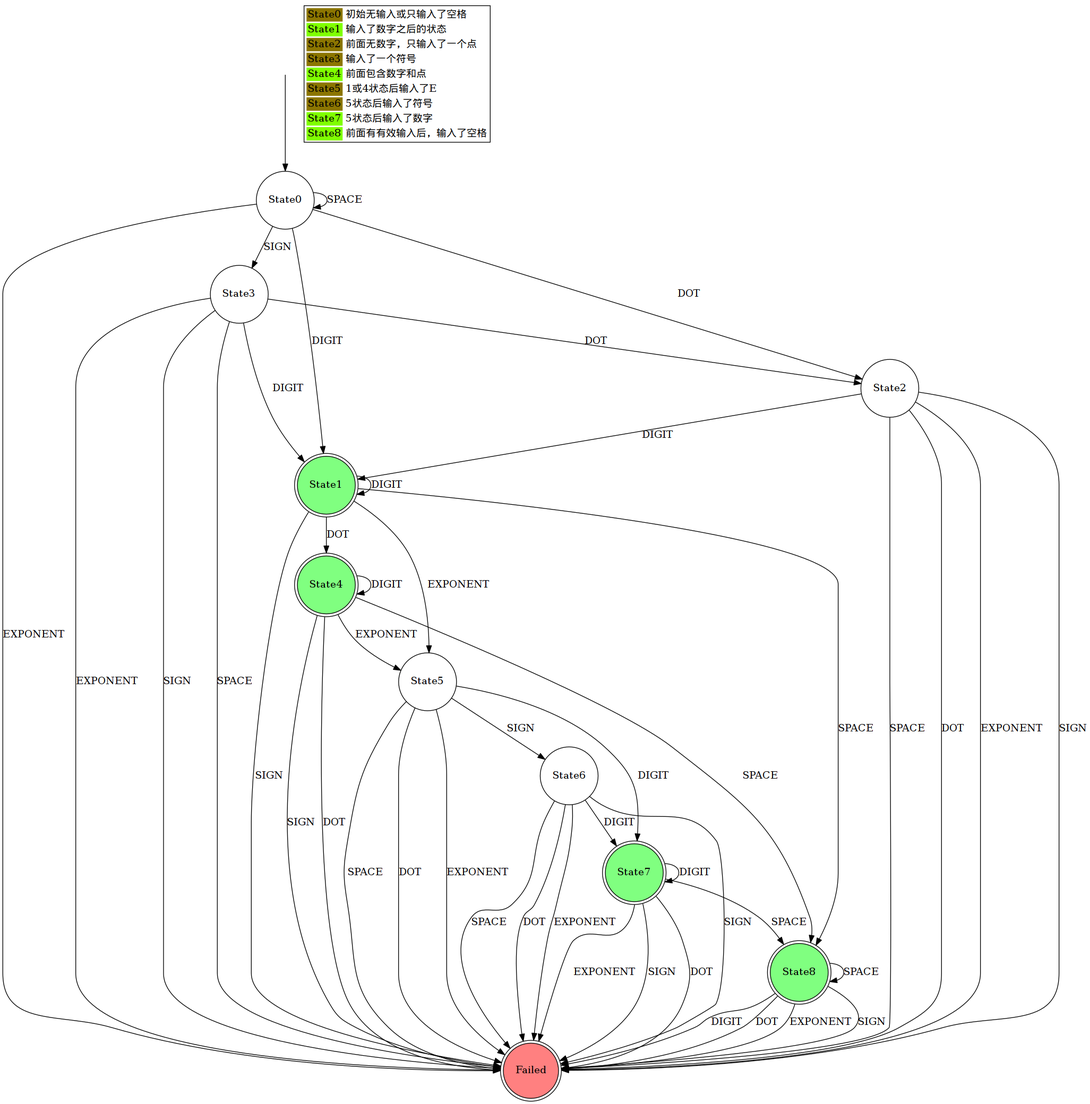
Above: l65/fsm.png in bwangelme/LeetCode-Go (Graphviz), before the change. Its source is kept beside it as l65/fsm.dot. The source it was exported from:
```dot
digraph fsm {
    START [label = "", fixedsize = "false", width = 0, height = 0, shape = none]
    START -> S0

    S0 -> S0 [label = "SPACE"]
    S0 -> S1 [label = "DIGIT"]
    S0 -> S2 [label = "DOT"]
    S0 -> SF [label = "EXPONENT"]
    S0 -> S3 [label = "SIGN"]

    S1 -> S8 [label = "SPACE"]
    S1 -> S1 [label = "DIGIT"]
    S1 -> S4 [label = "DOT"]
    S1 -> S5 [label = "EXPONENT"]
    S1 -> SF [label = "SIGN"]

    S2 -> SF [label = "SPACE"]
    S2 -> S1 [label = "DIGIT"]
    S2 -> SF [label = "DOT"]
    S2 -> SF [label = "EXPONENT"]
    S2 -> SF [label = "SIGN"]

    S3 -> SF [label = "SPACE"]
    S3 -> S1 [label = "DIGIT"]
    S3 -> S2 [label = "DOT"]
    S3 -> SF [label = "EXPONENT"]
    S3 -> SF [label = "SIGN"]

    S4 -> S8 [label = "SPACE"]
    S4 -> S4 [label = "DIGIT"]
    S4 -> SF [label = "DOT"]
    S4 -> S5 [label = "EXPONENT"]
    S4 -> SF [label = "SIGN"]

    S5 -> SF [label = "SPACE"]
    S5 -> S7 [label = "DIGIT"]
    S5 -> SF [label = "DOT"]
    S5 -> SF [label = "EXPONENT"]
    S5 -> S6 [label = "SIGN"]

    S6 -> SF [label = "SPACE"]
    S6 -> S7 [label = "DIGIT"]
    S6 -> SF [label = "DOT"]
    S6 -> SF [label = "EXPONENT"]
    S6 -> SF [label = "SIGN"]

    S7 -> S8 [label = "SPACE"]
    S7 -> S7 [label = "DIGIT"]
    S7 -> SF [label = "DOT"]
    S7 -> SF [label = "EXPONENT"]
    S7 -> SF [label = "SIGN"]

    S8 -> S8 [label = "SPACE"]
    S8 -> SF [label = "DIGIT"]
    S8 -> SF [label = "DOT"]
    S8 -> SF [label = "EXPONENT"]
    S8 -> SF [label = "SIGN"]

    comment [label=<
        <TABLE ALIGN="LEFT">
            <TR>
                <TD BORDER="0" BGCOLOR="gold4">State0</TD>
                <TD BORDER="0" ALIGN="LEFT">初始无输入或只输入了空格</TD>
            </TR>
            <TR>
                <TD BORDER="0" BGCOLOR="chartreuse">State1</TD>
                <TD BORDER="0" ALIGN="LEFT">输入了数字之后的状态</TD>
            </TR>
            <TR>
                <TD BORDER="0" BGCOLOR="gold4">State2</TD>
                <TD BORDER="0" ALIGN="LEFT">前面无数字，只输入了一个点</TD>
            </TR>
            <TR>
                <TD BORDER="0" BGCOLOR="gold4">State3</TD>
                <TD BORDER="0" ALIGN="LEFT">输入了一个符号</TD>
            </TR>
            <TR>
                <TD BORDER="0" BGCOLOR="chartreuse">State4</TD>
                <TD BORDER="0" ALIGN="LEFT">前面包含数字和点</TD>
            </TR>
            <TR>
                <TD BORDER="0" BGCOLOR="gold4">State5</TD>
                <TD BORDER="0" ALIGN="LEFT">1或4状态后输入了E</TD>
            </TR>
            <TR>
                <TD BORDER="0" BGCOLOR="gold4">State6</TD>
                <TD BORDER="0" ALIGN="LEFT">5状态后输入了符号</TD>
            </TR>
            <TR>
                <TD BORDER="0" BGCOLOR="chartreuse">State7</TD>
                <TD BORDER="0" ALIGN="LEFT">5状态后输入了数字</TD>
            </TR>
            <TR>
                <TD BORDER="0" BGCOLOR="chartreuse">State8</TD>
                <TD BORDER="0" ALIGN="LEFT">前面有有效输入后，输入了空格</TD>
            </TR>
        </TABLE>
    >, shape = none ];

    S0 [shape = circle, label = "State0" ]
    S1 [shape = doublecircle, label = "State1" fillcolor = "#80FF80" style = filled]
    S2 [shape = circle, label = "State2" ]
    S3 [shape = circle, label = "State3" ]
    S4 [shape = doublecircle, label = "State4" fillcolor = "#80FF80" style = filled]
    S5 [shape = circle, label = "State5" ]
    S6 [shape = circle, label = "State6" ]
    S7 [shape = doublecircle, label = "State7" fillcolor = "#80FF80" style = filled]
    S8 [shape = doublecircle, label = "State8" fillcolor = "#80FF80" style = filled]
    SF [shape = doublecircle, label = "Failed", fillcolor = "#FF8080", style = filled ]
}
```
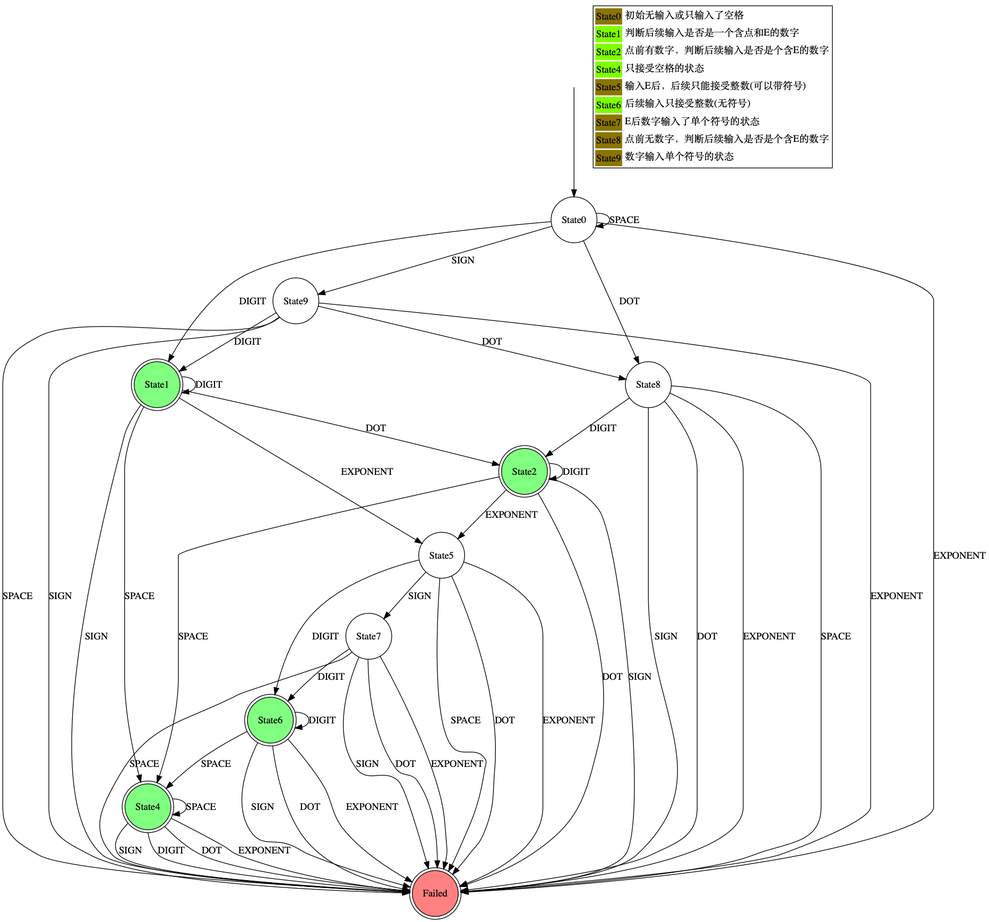
After the change.

The edit, as a diff of the source:
```diff
@@ -3,58 +3,59 @@
     START -> S0
 
     S0 -> S0 [label = "SPACE"]
+    S0 -> S9 [label = "SIGN"]
     S0 -> S1 [label = "DIGIT"]
-    S0 -> S2 [label = "DOT"]
-    S0 -> SF [label = "EXPONENT"]
-    S0 -> S3 [label = "SIGN"]
+    S0 -> S8 [label = "DOT"]
+    S0 -> Sf [label = "EXPONENT"]
 
-    S1 -> S8 [label = "SPACE"]
+    S1 -> S4 [label = "SPACE"]
+    S1 -> Sf [label = "SIGN"]
     S1 -> S1 [label = "DIGIT"]
-    S1 -> S4 [label = "DOT"]
+    S1 -> S2 [label = "DOT"]
     S1 -> S5 [label = "EXPONENT"]
-    S1 -> SF [label = "SIGN"]
 
-    S2 -> SF [label = "SPACE"]
-    S2 -> S1 [label = "DIGIT"]
-    S2 -> SF [label = "DOT"]
-    S2 -> SF [label = "EXPONENT"]
-    S2 -> SF [label = "SIGN"]
+    S2 -> S4 [label = "SPACE"]
+    S2 -> Sf [label = "SIGN"]
+    S2 -> S2 [label = "DIGIT"]
+    S2 -> Sf [label = "DOT"]
+    S2 -> S5 [label = "EXPONENT"]
 
-    S3 -> SF [label = "SPACE"]
-    S3 -> S1 [label = "DIGIT"]
-    S3 -> S2 [label = "DOT"]
-    S3 -> SF [label = "EXPONENT"]
-    S3 -> SF [label = "SIGN"]
+    S4 -> S4 [label = "SPACE"]
+    S4 -> Sf [label = "SIGN"]
+    S4 -> Sf [label = "DIGIT"]
+    S4 -> Sf [label = "DOT"]
+    S4 -> Sf [label = "EXPONENT"]
 
-    S4 -> S8 [label = "SPACE"]
-    S4 -> S4 [label = "DIGIT"]
-    S4 -> SF [label = "DOT"]
-    S4 -> S5 [label = "EXPONENT"]
-    S4 -> SF [label = "SIGN"]
+    S5 -> Sf [label = "SPACE"]
+    S5 -> S7 [label = "SIGN"]
+    S5 -> S6 [label = "DIGIT"]
+    S5 -> Sf [label = "DOT"]
+    S5 -> Sf [label = "EXPONENT"]
 
-    S5 -> SF [label = "SPACE"]
-    S5 -> S7 [label = "DIGIT"]
-    S5 -> SF [label = "DOT"]
-    S5 -> SF [label = "EXPONENT"]
-    S5 -> S6 [label = "SIGN"]
+    S6 -> S4 [label = "SPACE"]
+    S6 -> Sf [label = "SIGN"]
+    S6 -> S6 [label = "DIGIT"]
+    S6 -> Sf [label = "DOT"]
+    S6 -> Sf [label = "EXPONENT"]
 
-    S6 -> SF [label = "SPACE"]
-    S6 -> S7 [label = "DIGIT"]
-    S6 -> SF [label = "DOT"]
-    S6 -> SF [label = "EXPONENT"]
-    S6 -> SF [label = "SIGN"]
+    S7 -> Sf [label = "SPACE"]
+    S7 -> Sf [label = "SIGN"]
+    S7 -> S6 [label = "DIGIT"]
+    S7 -> Sf [label = "DOT"]
+    S7 -> Sf [label = "EXPONENT"]
 
-    S7 -> S8 [label = "SPACE"]
-    S7 -> S7 [label = "DIGIT"]
-    S7 -> SF [label = "DOT"]
-    S7 -> SF [label = "EXPONENT"]
-    S7 -> SF [label = "SIGN"]
+    S8 -> Sf [label = "SPACE"]
+    S8 -> Sf [label = "SIGN"]
+    S8 -> S2 [label = "DIGIT"]
+    S8 -> Sf [label = "DOT"]
+    S8 -> Sf [label = "EXPONENT"]
 
-    S8 -> S8 [label = "SPACE"]
-    S8 -> SF [label = "DIGIT"]
-    S8 -> SF [label = "DOT"]
-    S8 -> SF [label = "EXPONENT"]
-    S8 -> SF [label = "SIGN"]
+    S9 -> Sf [label = "SPACE"]
+    S9 -> Sf [label = "SIGN"]
+    S9 -> S1 [label = "DIGIT"]
+    S9 -> S8 [label = "DOT"]
+    S9 -> Sf [label = "EXPONENT"]
+
 
     comment [label=<
         <TABLE ALIGN="LEFT">
@@ -64,47 +65,47 @@
             </TR>
             <TR>
                 <TD BORDER="0" BGCOLOR="chartreuse">State1</TD>
-                <TD BORDER="0" ALIGN="LEFT">输入了数字之后的状态</TD>
+                <TD BORDER="0" ALIGN="LEFT">判断后续输入是否是一个含点和E的数字</TD>
             </TR>
             <TR>
-                <TD BORDER="0" BGCOLOR="gold4">State2</TD>
-                <TD BORDER="0" ALIGN="LEFT">前面无数字，只输入了一个点</TD>
-            </TR>
-            <TR>
-                <TD BORDER="0" BGCOLOR="gold4">State3</TD>
-                <TD BORDER="0" ALIGN="LEFT">输入了一个符号</TD>
+                <TD BORDER="0" BGCOLOR="chartreuse">State2</TD>
+                <TD BORDER="0" ALIGN="LEFT">点前有数字，判断后续输入是否是个含E的数字</TD>
             </TR>
             <TR>
                 <TD BORDER="0" BGCOLOR="chartreuse">State4</TD>
-                <TD BORDER="0" ALIGN="LEFT">前面包含数字和点</TD>
+                <TD BORDER="0" ALIGN="LEFT">只接受空格的状态</TD>
             </TR>
             <TR>
                 <TD BORDER="0" BGCOLOR="gold4">State5</TD>
-                <TD BORDER="0" ALIGN="LEFT">1或4状态后输入了E</TD>
+                <TD BORDER="0" ALIGN="LEFT">输入E后，后续只能接受整数(可以带符号)</TD>
             </TR>
             <TR>
-                <TD BORDER="0" BGCOLOR="gold4">State6</TD>
-                <TD BORDER="0" ALIGN="LEFT">5状态后输入了符号</TD>
+                <TD BORDER="0" BGCOLOR="chartreuse">State6</TD>
+                <TD BORDER="0" ALIGN="LEFT">后续输入只接受整数(无符号)</TD>
             </TR>
             <TR>
-                <TD BORDER="0" BGCOLOR="chartreuse">State7</TD>
-                <TD BORDER="0" ALIGN="LEFT">5状态后输入了数字</TD>
+                <TD BORDER="0" BGCOLOR="gold4">State7</TD>
+                <TD BORDER="0" ALIGN="LEFT">E后数字输入了单个符号的状态</TD>
             </TR>
             <TR>
-                <TD BORDER="0" BGCOLOR="chartreuse">State8</TD>
-                <TD BORDER="0" ALIGN="LEFT">前面有有效输入后，输入了空格</TD>
+                <TD BORDER="0" BGCOLOR="gold4">State8</TD>
+                <TD BORDER="0" ALIGN="LEFT">点前无数字，判断后续输入是否是个含E的数字</TD>
+            </TR>
+            <TR>
+                <TD BORDER="0" BGCOLOR="gold4">State9</TD>
+                <TD BORDER="0" ALIGN="LEFT">数字输入单个符号的状态</TD>
             </TR>
         </TABLE>
     >, shape = none ];
 
     S0 [shape = circle, label = "State0" ]
     S1 [shape = doublecircle, label = "State1" fillcolor = "#80FF80" style = filled]
-    S2 [shape = circle, label = "State2" ]
-    S3 [shape = circle, label = "State3" ]
+    S2 [shape = doublecircle, label = "State2" fillcolor = "#80FF80" style = filled]
     S4 [shape = doublecircle, label = "State4" fillcolor = "#80FF80" style = filled]
     S5 [shape = circle, label = "State5" ]
-    S6 [shape = circle, label = "State6" ]
-    S7 [shape = doublecircle, label = "State7" fillcolor = "#80FF80" style = filled]
-    S8 [shape = doublecircle, label = "State8" fillcolor = "#80FF80" style = filled]
-    SF [shape = doublecircle, label = "Failed", fillcolor = "#FF8080", style = filled ]
+    S6 [shape = doublecircle, label = "State6" fillcolor = "#80FF80" style = filled]
+    S7 [shape = circle, label = "State7" ]
+    S8 [shape = circle, label = "State8" ]
+    S9 [shape = circle, label = "State9" ]
+    Sf [shape = doublecircle, label = "Failed", fillcolor = "#FF8080", style = filled ]
 }
```
